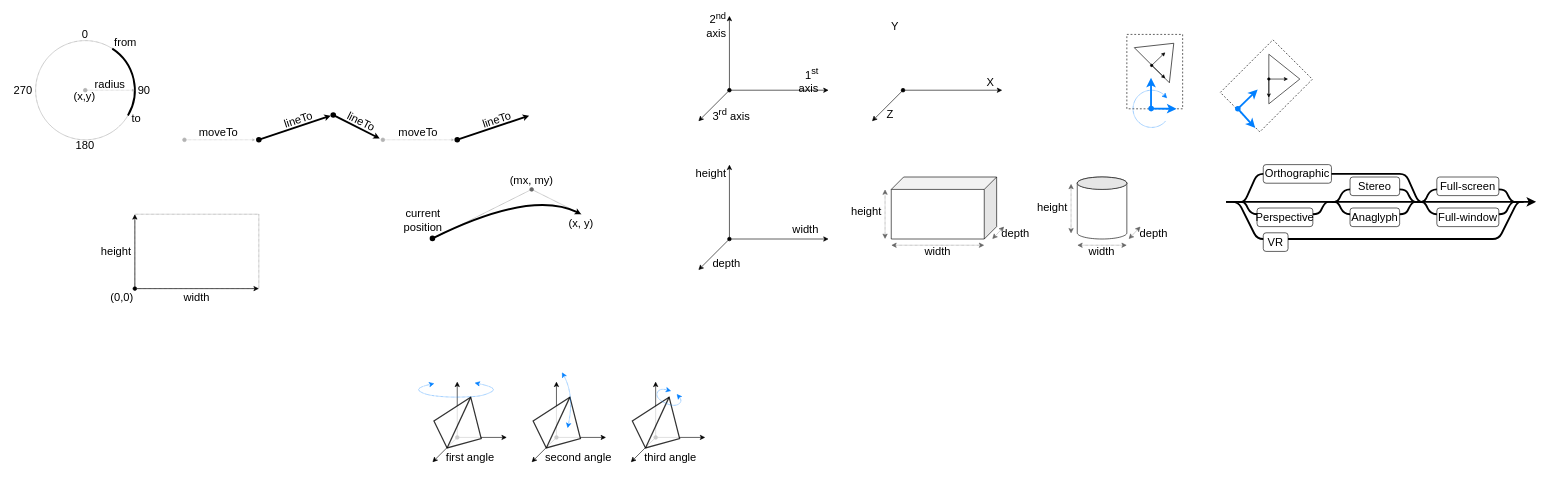
Before: docs/images/images.drawio in boytchev/suica, a draw.io diagram. Source tidied: cells renumbered, new cells numbered last; positions are measured from the earlier drawing's top-left corner, leaving out a move shared by most shapes. Both pictures are drawn from the tidied source at 62%, with x=0, y=0 at pixel (11, 16).
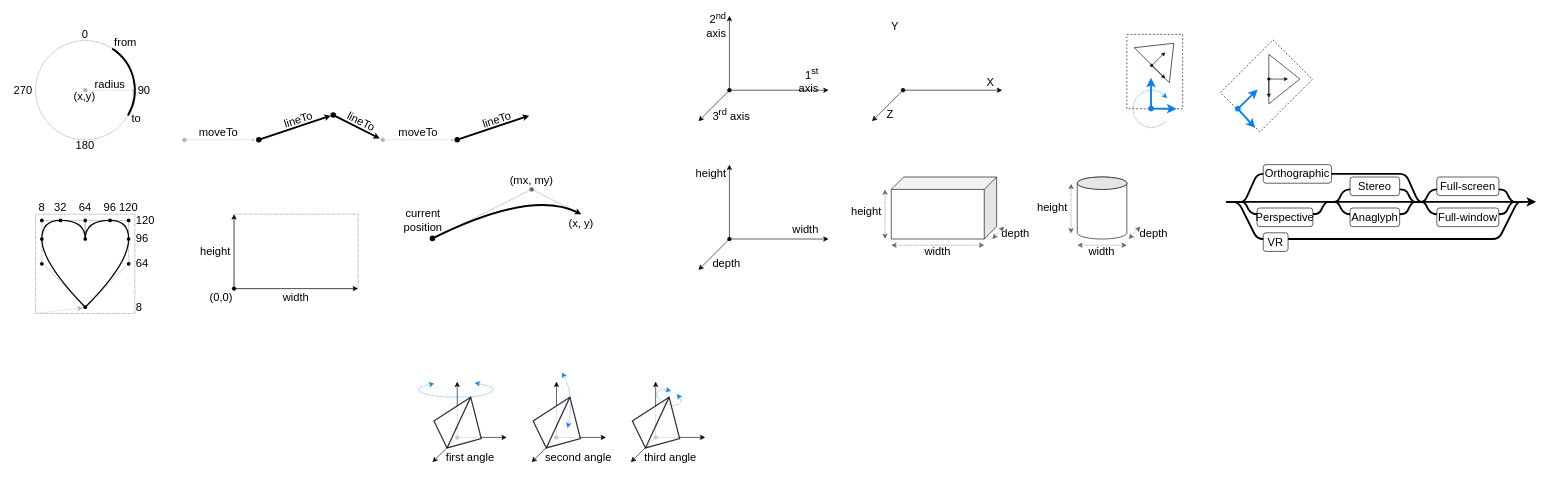
Above is the later version.

Change to the diagram source:
```diff
@@
     <mxCell id="97" style="rounded=0;whiteSpace=wrap;html=1;dashed=1;dashPattern=1 1;fillColor=none;strokeColor=#666666;" parent="1" vertex="1">
-      <mxGeometry x="200" y="320" width="200" height="120" as="geometry" />
+      <mxGeometry x="360" y="320" width="200" height="120" as="geometry" />
     </mxCell>
     <mxCell id="98" style="endArrow=classic;html=1;rounded=0;" parent="1" edge="1">
       <mxGeometry relative="1" as="geometry">
-        <mxPoint x="200" y="440" as="sourcePoint" />
-        <mxPoint x="200" y="320" as="targetPoint" />
+        <mxPoint x="360" y="440" as="sourcePoint" />
+        <mxPoint x="360" y="320" as="targetPoint" />
       </mxGeometry>
     </mxCell>
     <mxCell id="99" value="height" style="text;html=1;strokeColor=none;fillColor=none;align=center;verticalAlign=middle;whiteSpace=wrap;rounded=0;fontFamily=Calibri;fontSize=18;" parent="1" vertex="1">
-      <mxGeometry x="140" y="365" width="60" height="30" as="geometry" />
+      <mxGeometry x="300" y="365" width="60" height="30" as="geometry" />
     </mxCell>
     <mxCell id="100" value="width" style="text;html=1;strokeColor=none;fillColor=none;align=center;verticalAlign=middle;whiteSpace=wrap;rounded=0;fontFamily=Calibri;fontSize=18;" parent="1" vertex="1">
-      <mxGeometry x="200" y="440" width="200" height="30" as="geometry" />
+      <mxGeometry x="360" y="440" width="200" height="30" as="geometry" />
     </mxCell>
     <mxCell id="101" style="endArrow=classic;html=1;rounded=0;startArrow=oval;startFill=1;entryX=1;entryY=1;entryDx=0;entryDy=0;" parent="1" edge="1" target="97">
       <mxGeometry relative="1" as="geometry">
-        <mxPoint x="200" y="440" as="sourcePoint" />
+        <mxPoint x="360" y="440" as="sourcePoint" />
       </mxGeometry>
     </mxCell>
     <mxCell id="102" value="(0,0)" style="text;html=1;strokeColor=none;fillColor=none;align=right;verticalAlign=middle;whiteSpace=wrap;rounded=0;fontFamily=Calibri;fontSize=18;" parent="1" vertex="1">
-      <mxGeometry x="160" y="440" width="40" height="30" as="geometry" />
+      <mxGeometry x="320" y="440" width="40" height="30" as="geometry" />
     </mxCell>
@@
+    <mxCell id="114" style="rounded=0;whiteSpace=wrap;html=1;dashed=1;dashPattern=1 1;fillColor=none;strokeColor=#666666;" parent="1" vertex="1">
+      <mxGeometry x="40" y="320" width="160" height="160" as="geometry" />
+    </mxCell>
+    <mxCell id="115" style="endArrow=none;html=1;rounded=0;strokeWidth=1;startArrow=none;startFill=0;endFill=0;dashed=1;dashPattern=1 1;strokeColor=#666666;" parent="1" edge="1">
+      <mxGeometry relative="1" as="geometry">
+        <mxPoint x="190" y="360" as="sourcePoint" />
+        <mxPoint x="120" y="470" as="targetPoint" />
+        <Array as="points">
+          <mxPoint x="190" y="400" />
+        </Array>
+      </mxGeometry>
+    </mxCell>
+    <mxCell id="116" style="endArrow=none;html=1;rounded=0;strokeWidth=1;startArrow=none;startFill=0;endFill=0;dashed=1;dashPattern=1 1;strokeColor=#666666;" parent="1" edge="1">
+      <mxGeometry relative="1" as="geometry">
+        <mxPoint x="50" y="360" as="sourcePoint" />
+        <mxPoint x="120" y="470" as="targetPoint" />
+        <Array as="points">
+          <mxPoint x="50" y="398" />
+        </Array>
+      </mxGeometry>
+    </mxCell>
+    <mxCell id="117" style="endArrow=none;html=1;rounded=0;strokeWidth=1;startArrow=none;startFill=0;endFill=0;dashed=1;dashPattern=1 1;strokeColor=#666666;" parent="1" edge="1">
+      <mxGeometry relative="1" as="geometry">
+        <mxPoint x="160" y="330" as="sourcePoint" />
+        <mxPoint x="190" y="360" as="targetPoint" />
+        <Array as="points">
+          <mxPoint x="190" y="330" />
+        </Array>
+      </mxGeometry>
+    </mxCell>
+    <mxCell id="118" style="endArrow=none;html=1;rounded=0;strokeWidth=1;startArrow=none;startFill=0;endFill=0;dashed=1;dashPattern=1 1;strokeColor=#666666;" parent="1" edge="1">
+      <mxGeometry relative="1" as="geometry">
+        <mxPoint x="80" y="330" as="sourcePoint" />
+        <mxPoint x="50" y="360" as="targetPoint" />
+        <Array as="points">
+          <mxPoint x="50" y="330" />
+        </Array>
+      </mxGeometry>
+    </mxCell>
+    <mxCell id="119" style="endArrow=none;html=1;rounded=0;strokeWidth=1;startArrow=none;startFill=0;endFill=0;dashed=1;dashPattern=1 1;strokeColor=#666666;" parent="1" edge="1">
+      <mxGeometry relative="1" as="geometry">
+        <mxPoint x="120" y="360" as="sourcePoint" />
+        <mxPoint x="160" y="330" as="targetPoint" />
+        <Array as="points">
+          <mxPoint x="120" y="330" />
+        </Array>
+      </mxGeometry>
+    </mxCell>
+    <mxCell id="120" style="endArrow=none;html=1;rounded=0;strokeWidth=1;startArrow=none;startFill=0;endFill=0;dashed=1;dashPattern=1 1;strokeColor=#666666;" parent="1" edge="1">
+      <mxGeometry relative="1" as="geometry">
+        <mxPoint x="80" y="330" as="sourcePoint" />
+        <mxPoint x="120" y="360" as="targetPoint" />
+        <Array as="points">
+          <mxPoint x="120" y="330" />
+        </Array>
+      </mxGeometry>
+    </mxCell>
+    <mxCell id="121" style="endArrow=none;html=1;strokeWidth=2;startArrow=none;startFill=0;endFill=0;curved=1;" parent="1" edge="1">
+      <mxGeometry relative="1" as="geometry">
+        <mxPoint x="190" y="360" as="sourcePoint" />
+        <mxPoint x="120" y="470" as="targetPoint" />
+        <Array as="points">
+          <mxPoint x="190" y="400" />
+        </Array>
+      </mxGeometry>
+    </mxCell>
+    <mxCell id="122" style="endArrow=none;html=1;strokeWidth=2;startArrow=none;startFill=0;endFill=0;curved=1;" parent="1" edge="1">
+      <mxGeometry relative="1" as="geometry">
+        <mxPoint x="50" y="360" as="sourcePoint" />
+        <mxPoint x="120" y="470" as="targetPoint" />
+        <Array as="points">
+          <mxPoint x="50" y="398" />
+        </Array>
+      </mxGeometry>
+    </mxCell>
+    <mxCell id="123" style="endArrow=none;html=1;strokeWidth=2;startArrow=none;startFill=0;endFill=0;curved=1;" parent="1" edge="1">
+      <mxGeometry relative="1" as="geometry">
+        <mxPoint x="160" y="330" as="sourcePoint" />
+        <mxPoint x="190" y="360" as="targetPoint" />
+        <Array as="points">
+          <mxPoint x="190" y="330" />
+        </Array>
+      </mxGeometry>
+    </mxCell>
+    <mxCell id="124" style="endArrow=none;html=1;strokeWidth=2;startArrow=none;startFill=0;endFill=0;curved=1;" parent="1" edge="1">
+      <mxGeometry relative="1" as="geometry">
+        <mxPoint x="80" y="330" as="sourcePoint" />
+        <mxPoint x="50" y="360" as="targetPoint" />
+        <Array as="points">
+          <mxPoint x="50" y="330" />
+        </Array>
+      </mxGeometry>
+    </mxCell>
+    <mxCell id="125" style="endArrow=none;html=1;strokeWidth=2;startArrow=none;startFill=0;endFill=0;curved=1;" parent="1" edge="1">
+      <mxGeometry relative="1" as="geometry">
+        <mxPoint x="120" y="360" as="sourcePoint" />
+        <mxPoint x="160" y="330" as="targetPoint" />
+        <Array as="points">
+          <mxPoint x="120" y="330" />
+        </Array>
+      </mxGeometry>
+    </mxCell>
+    <mxCell id="126" style="endArrow=none;html=1;strokeWidth=2;startArrow=none;startFill=0;endFill=0;curved=1;" parent="1" edge="1">
+      <mxGeometry relative="1" as="geometry">
+        <mxPoint x="80" y="330" as="sourcePoint" />
+        <mxPoint x="120" y="360" as="targetPoint" />
+        <Array as="points">
+          <mxPoint x="120" y="330" />
+        </Array>
+      </mxGeometry>
+    </mxCell>
+    <mxCell id="127" style="ellipse;whiteSpace=wrap;html=1;strokeColor=none;fillColor=#000000;" parent="1" vertex="1">
+      <mxGeometry x="117" y="357" width="6" height="6" as="geometry" />
+    </mxCell>
+    <mxCell id="128" style="ellipse;whiteSpace=wrap;html=1;strokeColor=none;fillColor=#000000;" parent="1" vertex="1">
+      <mxGeometry x="157" y="327" width="6" height="6" as="geometry" />
+    </mxCell>
+    <mxCell id="129" style="ellipse;whiteSpace=wrap;html=1;strokeColor=none;fillColor=#000000;" parent="1" vertex="1">
+      <mxGeometry x="187" y="357" width="6" height="6" as="geometry" />
+    </mxCell>
+    <mxCell id="130" style="ellipse;whiteSpace=wrap;html=1;strokeColor=none;fillColor=#000000;" parent="1" vertex="1">
+      <mxGeometry x="77" y="327" width="6" height="6" as="geometry" />
+    </mxCell>
+    <mxCell id="131" style="ellipse;whiteSpace=wrap;html=1;strokeColor=none;fillColor=#000000;" parent="1" vertex="1">
+      <mxGeometry x="47" y="357" width="6" height="6" as="geometry" />
+    </mxCell>
+    <mxCell id="132" style="ellipse;whiteSpace=wrap;html=1;strokeColor=none;fillColor=#000000;" parent="1" vertex="1">
+      <mxGeometry x="47" y="327" width="6" height="6" as="geometry" />
+    </mxCell>
+    <mxCell id="133" style="ellipse;whiteSpace=wrap;html=1;strokeColor=none;fillColor=#000000;" parent="1" vertex="1">
+      <mxGeometry x="117" y="327" width="6" height="6" as="geometry" />
+    </mxCell>
+    <mxCell id="134" style="ellipse;whiteSpace=wrap;html=1;strokeColor=none;fillColor=#000000;" parent="1" vertex="1">
+      <mxGeometry x="187" y="327" width="6" height="6" as="geometry" />
+    </mxCell>
+    <mxCell id="135" style="ellipse;whiteSpace=wrap;html=1;strokeColor=none;fillColor=#000000;" parent="1" vertex="1">
+      <mxGeometry x="187" y="397" width="6" height="6" as="geometry" />
+    </mxCell>
+    <mxCell id="136" style="ellipse;whiteSpace=wrap;html=1;strokeColor=none;fillColor=#000000;" parent="1" vertex="1">
+      <mxGeometry x="47" y="397" width="6" height="6" as="geometry" />
+    </mxCell>
+    <mxCell id="137" style="ellipse;whiteSpace=wrap;html=1;strokeColor=none;fillColor=#000000;" parent="1" vertex="1">
+      <mxGeometry x="117" y="467" width="6" height="6" as="geometry" />
+    </mxCell>
+    <mxCell id="138" value="8" style="text;html=1;strokeColor=none;fillColor=none;align=left;verticalAlign=middle;whiteSpace=wrap;rounded=0;fontFamily=Calibri;fontSize=18;" parent="1" vertex="1">
+      <mxGeometry x="200" y="460" width="40" height="20" as="geometry" />
+    </mxCell>
+    <mxCell id="139" value="64" style="text;html=1;strokeColor=none;fillColor=none;align=center;verticalAlign=middle;whiteSpace=wrap;rounded=0;fontFamily=Calibri;fontSize=18;" parent="1" vertex="1">
+      <mxGeometry x="100" y="300" width="40" height="20" as="geometry" />
+    </mxCell>
+    <mxCell id="140" value="8" style="text;html=1;strokeColor=none;fillColor=none;align=center;verticalAlign=middle;whiteSpace=wrap;rounded=0;fontFamily=Calibri;fontSize=18;" parent="1" vertex="1">
+      <mxGeometry x="30" y="300" width="40" height="20" as="geometry" />
+    </mxCell>
+    <mxCell id="141" value="32" style="text;html=1;strokeColor=none;fillColor=none;align=center;verticalAlign=middle;whiteSpace=wrap;rounded=0;fontFamily=Calibri;fontSize=18;" parent="1" vertex="1">
+      <mxGeometry x="60" y="300" width="40" height="20" as="geometry" />
+    </mxCell>
+    <mxCell id="142" value="120" style="text;html=1;strokeColor=none;fillColor=none;align=center;verticalAlign=middle;whiteSpace=wrap;rounded=0;fontFamily=Calibri;fontSize=18;" parent="1" vertex="1">
+      <mxGeometry x="170" y="300" width="40" height="20" as="geometry" />
+    </mxCell>
+    <mxCell id="143" value="96" style="text;html=1;strokeColor=none;fillColor=none;align=center;verticalAlign=middle;whiteSpace=wrap;rounded=0;fontFamily=Calibri;fontSize=18;" parent="1" vertex="1">
+      <mxGeometry x="140" y="300" width="40" height="20" as="geometry" />
+    </mxCell>
+    <mxCell id="144" value="64" style="text;html=1;strokeColor=none;fillColor=none;align=left;verticalAlign=middle;whiteSpace=wrap;rounded=0;fontFamily=Calibri;fontSize=18;" parent="1" vertex="1">
+      <mxGeometry x="200" y="390" width="40" height="20" as="geometry" />
+    </mxCell>
+    <mxCell id="145" value="120" style="text;html=1;strokeColor=none;fillColor=none;align=left;verticalAlign=middle;whiteSpace=wrap;rounded=0;fontFamily=Calibri;fontSize=18;" parent="1" vertex="1">
+      <mxGeometry x="200" y="320" width="40" height="20" as="geometry" />
+    </mxCell>
+    <mxCell id="146" value="96" style="text;html=1;strokeColor=none;fillColor=none;align=left;verticalAlign=middle;whiteSpace=wrap;rounded=0;fontFamily=Calibri;fontSize=18;" parent="1" vertex="1">
+      <mxGeometry x="200" y="350" width="40" height="20" as="geometry" />
+    </mxCell>
+    <mxCell id="147" style="endArrow=classic;html=1;dashed=1;dashPattern=1 1;strokeColor=#B3B3B3;strokeWidth=1;curved=1;" parent="1" edge="1">
+      <mxGeometry relative="1" as="geometry">
+        <mxPoint x="40" y="480" as="sourcePoint" />
+        <mxPoint x="116" y="471" as="targetPoint" />
+      </mxGeometry>
+    </mxCell>
```
